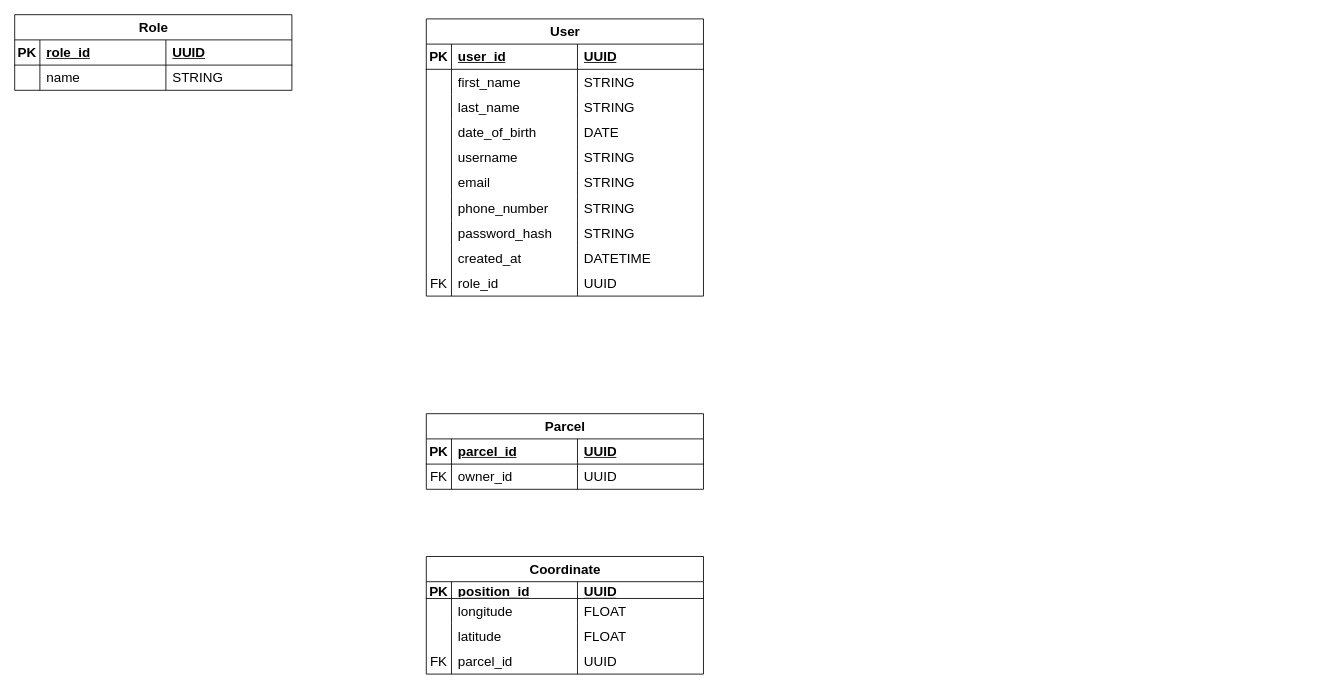
Before: docs/erd.drawio in filipsyn/zahradneek-api, a draw.io diagram. Source tidied: cells renumbered, new cells numbered last; positions are measured from the earlier drawing's top-left corner, leaving out a move shared by most shapes. Both pictures are drawn from the tidied source at 84%, with x=0, y=0 at pixel (14, 14).
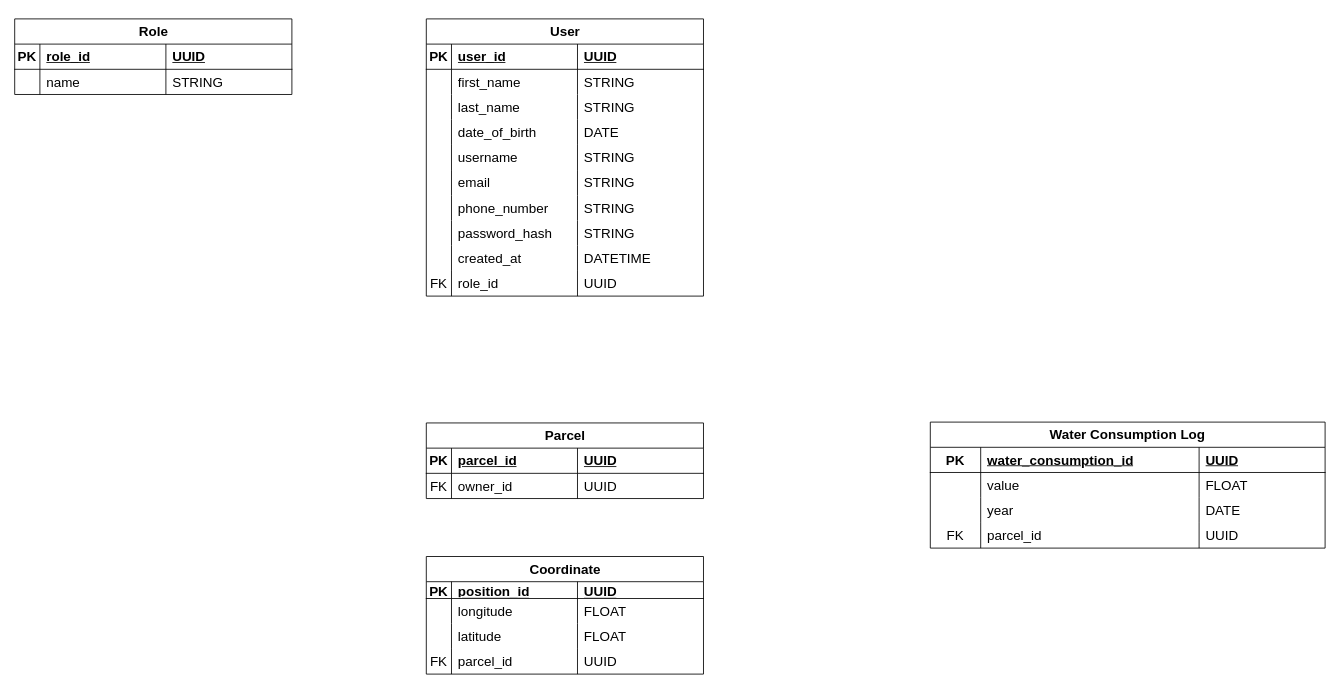
The same page after the edit.

What changed in the source:
```diff
@@
     <mxCell id="43" value="Parcel" style="shape=table;startSize=30;childLayout=tableLayout;rowLines=0;fontStyle=1;align=center;html=1;fontSize=16;" parent="1" vertex="1">
-      <mxGeometry x="490" y="475" width="330" height="90" as="geometry" />
+      <mxGeometry x="490" y="486" width="330" height="90" as="geometry" />
     </mxCell>
@@
     <mxCell id="69" value="Role" style="shape=table;startSize=30;childLayout=tableLayout;rowLines=0;fontStyle=1;align=center;html=1;fontSize=16;" parent="1" vertex="1">
-      <mxGeometry width="330" height="90" as="geometry" />
+      <mxGeometry y="5" width="330" height="90" as="geometry" />
     </mxCell>
@@
+    <mxCell id="78" value="Water Consumption Log" style="shape=table;startSize=30;childLayout=tableLayout;rowLines=0;fontStyle=1;align=center;html=1;whiteSpace=wrap;fontSize=16;" parent="1" vertex="1">
+      <mxGeometry x="1090" y="485" width="470" height="150" as="geometry" />
+    </mxCell>
+    <mxCell id="79" style="shape=tableRow;horizontal=0;startSize=0;swimlaneHead=0;swimlaneBody=0;fillColor=none;top=0;left=0;right=0;bottom=1;html=1;fontSize=16;" parent="78" vertex="1">
+      <mxGeometry y="30" width="470" height="30" as="geometry" />
+    </mxCell>
+    <mxCell id="80" value="PK" style="shape=partialRectangle;fillColor=none;top=0;left=0;bottom=0;right=0;fontStyle=1;overflow=hidden;html=1;whiteSpace=wrap;fontSize=16;" parent="79" vertex="1">
+      <mxGeometry width="60" height="30" as="geometry" />
+    </mxCell>
+    <mxCell id="81" value="water_consumption_id" style="shape=partialRectangle;fillColor=none;top=0;left=0;bottom=0;right=0;align=left;spacingLeft=6;fontStyle=5;overflow=hidden;html=1;whiteSpace=wrap;fontSize=16;" parent="79" vertex="1">
+      <mxGeometry x="60" width="260" height="30" as="geometry" />
+    </mxCell>
+    <mxCell id="82" value="UUID" style="shape=partialRectangle;fillColor=none;top=0;left=0;bottom=0;right=0;align=left;spacingLeft=6;fontStyle=5;overflow=hidden;html=1;whiteSpace=wrap;fontSize=16;" parent="79" vertex="1">
+      <mxGeometry x="320" width="150" height="30" as="geometry" />
+    </mxCell>
+    <mxCell id="83" style="shape=tableRow;horizontal=0;startSize=0;swimlaneHead=0;swimlaneBody=0;fillColor=none;top=0;left=0;right=0;bottom=0;html=1;fontSize=16;" parent="78" vertex="1">
+      <mxGeometry y="60" width="470" height="30" as="geometry" />
+    </mxCell>
+    <mxCell id="84" style="shape=partialRectangle;fillColor=none;top=0;left=0;bottom=0;right=0;overflow=hidden;html=1;whiteSpace=wrap;fontSize=16;" parent="83" vertex="1">
+      <mxGeometry width="60" height="30" as="geometry" />
+    </mxCell>
+    <mxCell id="85" value="value" style="shape=partialRectangle;fillColor=none;top=0;left=0;bottom=0;right=0;align=left;spacingLeft=6;overflow=hidden;html=1;whiteSpace=wrap;fontSize=16;" parent="83" vertex="1">
+      <mxGeometry x="60" width="260" height="30" as="geometry" />
+    </mxCell>
+    <mxCell id="86" value="FLOAT" style="shape=partialRectangle;fillColor=none;top=0;left=0;bottom=0;right=0;align=left;spacingLeft=6;overflow=hidden;html=1;whiteSpace=wrap;fontSize=16;" parent="83" vertex="1">
+      <mxGeometry x="320" width="150" height="30" as="geometry" />
+    </mxCell>
+    <mxCell id="87" style="shape=tableRow;horizontal=0;startSize=0;swimlaneHead=0;swimlaneBody=0;fillColor=none;top=0;left=0;right=0;bottom=0;html=1;fontSize=16;" parent="78" vertex="1">
+      <mxGeometry y="90" width="470" height="30" as="geometry" />
+    </mxCell>
+    <mxCell id="88" style="shape=partialRectangle;fillColor=none;top=0;left=0;bottom=0;right=0;overflow=hidden;html=1;whiteSpace=wrap;fontSize=16;" parent="87" vertex="1">
+      <mxGeometry width="60" height="30" as="geometry" />
+    </mxCell>
+    <mxCell id="89" value="year" style="shape=partialRectangle;fillColor=none;top=0;left=0;bottom=0;right=0;align=left;spacingLeft=6;overflow=hidden;html=1;whiteSpace=wrap;fontSize=16;" parent="87" vertex="1">
+      <mxGeometry x="60" width="260" height="30" as="geometry" />
+    </mxCell>
+    <mxCell id="90" value="DATE" style="shape=partialRectangle;fillColor=none;top=0;left=0;bottom=0;right=0;align=left;spacingLeft=6;overflow=hidden;html=1;whiteSpace=wrap;fontSize=16;" parent="87" vertex="1">
+      <mxGeometry x="320" width="150" height="30" as="geometry" />
+    </mxCell>
+    <mxCell id="91" style="shape=tableRow;horizontal=0;startSize=0;swimlaneHead=0;swimlaneBody=0;fillColor=none;top=0;left=0;right=0;bottom=0;html=1;fontSize=16;" parent="78" vertex="1">
+      <mxGeometry y="120" width="470" height="30" as="geometry" />
+    </mxCell>
+    <mxCell id="92" value="FK" style="shape=partialRectangle;fillColor=none;top=0;left=0;bottom=0;right=0;overflow=hidden;html=1;whiteSpace=wrap;fontSize=16;" parent="91" vertex="1">
+      <mxGeometry width="60" height="30" as="geometry" />
+    </mxCell>
+    <mxCell id="93" value="parcel_id" style="shape=partialRectangle;fillColor=none;top=0;left=0;bottom=0;right=0;align=left;spacingLeft=6;overflow=hidden;html=1;whiteSpace=wrap;fontSize=16;" parent="91" vertex="1">
+      <mxGeometry x="60" width="260" height="30" as="geometry" />
+    </mxCell>
+    <mxCell id="94" value="UUID" style="shape=partialRectangle;fillColor=none;top=0;left=0;bottom=0;right=0;align=left;spacingLeft=6;overflow=hidden;html=1;whiteSpace=wrap;fontSize=16;" parent="91" vertex="1">
+      <mxGeometry x="320" width="150" height="30" as="geometry" />
+    </mxCell>
```
